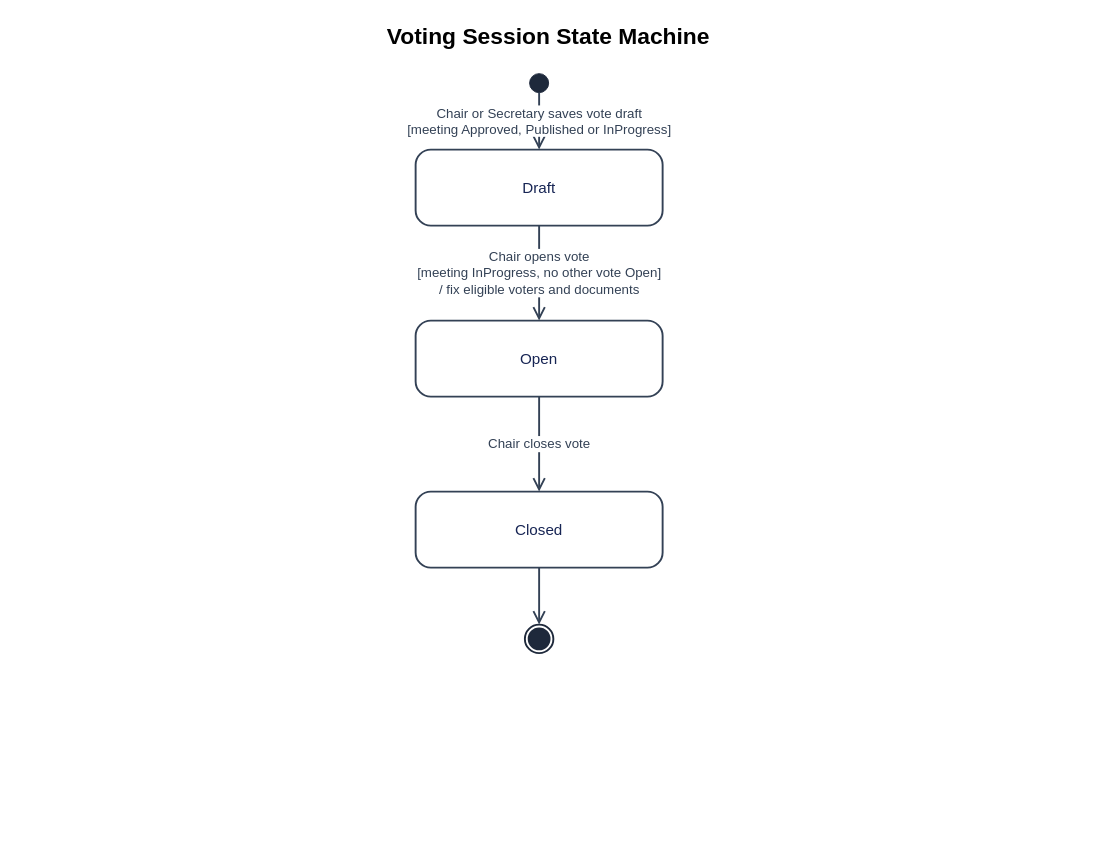
Above: docs/10-statemachine/SM-08_Voting.drawio in callmehai/FU-FA26-G116 (draw.io), before the change. Source tidied: cells renumbered, new cells numbered last; positions are measured from the earlier drawing's top-left corner, leaving out a move shared by most shapes. Both pictures are drawn from the tidied source at 95%, with x=0, y=0 at pixel (16, 16).
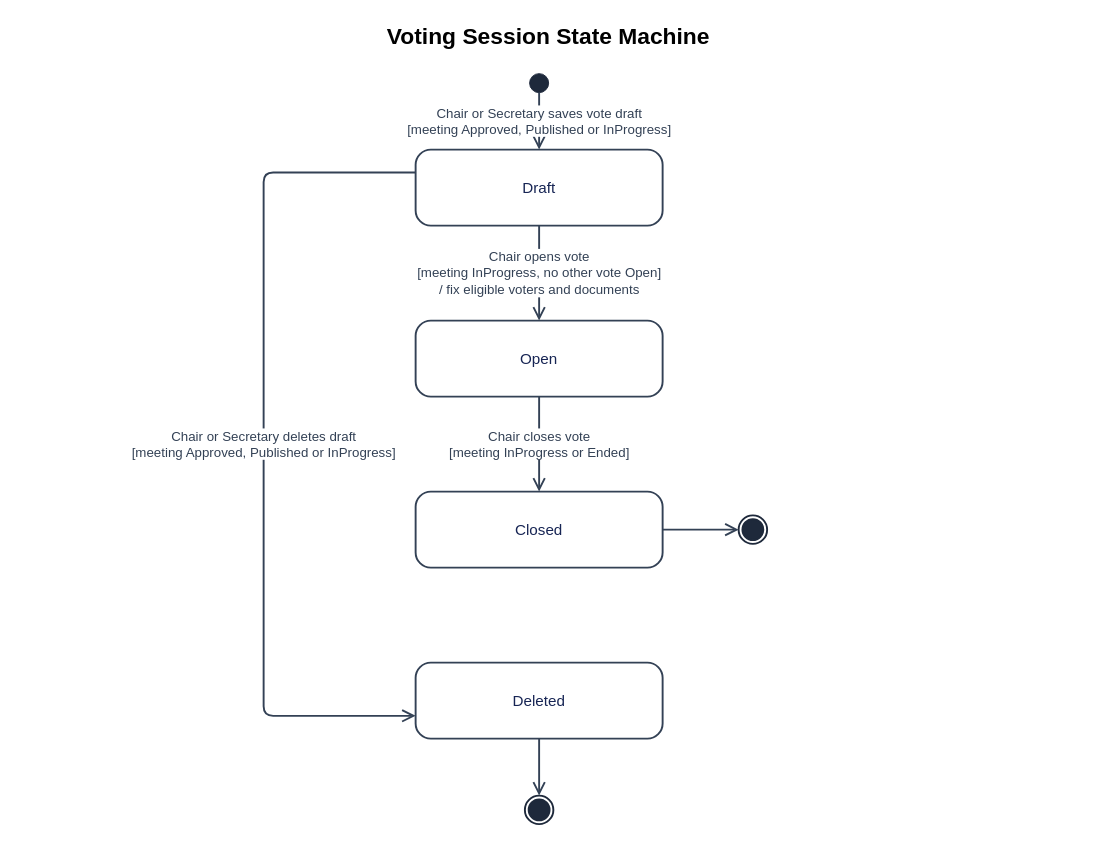
The same page after the edit.

Commit message (it also covers changes not shown here):
[Docs]: FE-11 — contract API, ERD xác nhận đọc, SM-08 xóa nháp và note bàn giao BE

The edit, as a diff of the source:
```diff
@@
 <mxGraphModel background="#ffffff">
   <root>
     <mxCell id="0" />
     <mxCell id="1" parent="0" />
     <mxCell id="2" value="Voting Session State Machine" style="html=1;whiteSpace=wrap;fontFamily=Arial;fontSize=16;text;align=center;fontStyle=1;fontSize=24;" parent="1" vertex="1">
       <mxGeometry width="1120" height="50" as="geometry" />
     </mxCell>
     <mxCell id="3" style="html=1;whiteSpace=wrap;fontFamily=Arial;fontSize=16;ellipse;fillColor=#1e293b;strokeColor=#1e293b;" parent="1" vertex="1">
       <mxGeometry x="540" y="60" width="20" height="20" as="geometry" />
     </mxCell>
     <mxCell id="4" value="Draft" style="html=1;whiteSpace=wrap;fontFamily=Arial;fontSize=16;rounded=1;arcSize=20;fillColor=#ffffff;strokeColor=#334155;fontColor=#172554;strokeWidth=2;" parent="1" vertex="1">
       <mxGeometry x="420" y="140" width="260" height="80" as="geometry" />
     </mxCell>
     <mxCell id="5" value="Open" style="html=1;whiteSpace=wrap;fontFamily=Arial;fontSize=16;rounded=1;arcSize=20;fillColor=#ffffff;strokeColor=#334155;fontColor=#172554;strokeWidth=2;" parent="1" vertex="1">
       <mxGeometry x="420" y="320" width="260" height="80" as="geometry" />
     </mxCell>
     <mxCell id="6" value="Closed" style="html=1;whiteSpace=wrap;fontFamily=Arial;fontSize=16;rounded=1;arcSize=20;fillColor=#ffffff;strokeColor=#334155;fontColor=#172554;strokeWidth=2;" parent="1" vertex="1">
       <mxGeometry x="420" y="500" width="260" height="80" as="geometry" />
     </mxCell>
+    <mxCell id="12" value="Deleted" style="html=1;whiteSpace=wrap;fontFamily=Arial;fontSize=16;rounded=1;arcSize=20;fillColor=#ffffff;strokeColor=#334155;fontColor=#172554;strokeWidth=2;" parent="1" vertex="1">
+      <mxGeometry x="420" y="680" width="260" height="80" as="geometry" />
+    </mxCell>
     <mxCell id="7" value="Chair or Secretary saves vote draft&#10;[meeting Approved, Published or InProgress]" style="edgeStyle=orthogonalEdgeStyle;rounded=1;jettySize=auto;html=1;endArrow=open;endSize=10;strokeWidth=2;strokeColor=#334155;fontColor=#334155;fontFamily=Arial;fontSize=14;labelBackgroundColor=#ffffff;exitX=0.5;exitY=1;entryX=0.5;entryY=0;" parent="1" edge="1" source="3" target="4">
       <mxGeometry relative="1" as="geometry" />
     </mxCell>
     <mxCell id="8" value="Chair opens vote&#10;[meeting InProgress, no other vote Open]&#10;/ fix eligible voters and documents" style="edgeStyle=orthogonalEdgeStyle;rounded=1;jettySize=auto;html=1;endArrow=open;endSize=10;strokeWidth=2;strokeColor=#334155;fontColor=#334155;fontFamily=Arial;fontSize=14;labelBackgroundColor=#ffffff;exitX=0.5;exitY=1;entryX=0.5;entryY=0;" parent="1" edge="1" source="4" target="5">
       <mxGeometry relative="1" as="geometry" />
     </mxCell>
-    <mxCell id="9" value="Chair closes vote" style="edgeStyle=orthogonalEdgeStyle;rounded=1;jettySize=auto;html=1;endArrow=open;endSize=10;strokeWidth=2;strokeColor=#334155;fontColor=#334155;fontFamily=Arial;fontSize=14;labelBackgroundColor=#ffffff;exitX=0.5;exitY=1;entryX=0.5;entryY=0;" parent="1" edge="1" source="5" target="6">
-      <mxGeometry relative="1" as="geometry" />
+    <mxCell id="9" value="Chair or Secretary deletes draft&#10;[meeting Approved, Published or InProgress]" style="edgeStyle=orthogonalEdgeStyle;rounded=1;jettySize=auto;html=1;endArrow=open;endSize=10;strokeWidth=2;strokeColor=#334155;fontColor=#334155;fontFamily=Arial;fontSize=14;labelBackgroundColor=#ffffff;exitX=0;exitY=0.3;entryX=0;entryY=0.7;" parent="1" edge="1" source="4" target="12">
+      <mxGeometry relative="1" as="geometry">
+        <Array as="points">
+          <mxPoint x="260" y="164" />
+          <mxPoint x="260" y="736" />
+        </Array>
+      </mxGeometry>
     </mxCell>
+    <mxCell id="13" value="Chair closes vote&#10;[meeting InProgress or Ended]" style="edgeStyle=orthogonalEdgeStyle;rounded=1;jettySize=auto;html=1;endArrow=open;endSize=10;strokeWidth=2;strokeColor=#334155;fontColor=#334155;fontFamily=Arial;fontSize=14;labelBackgroundColor=#ffffff;exitX=0.5;exitY=1;entryX=0.5;entryY=0;" parent="1" edge="1" source="5" target="6">
+      <mxGeometry relative="1" as="geometry" />
+    </mxCell>
     <mxCell id="10" style="ellipse;html=1;shape=endState;fillColor=#1e293b;strokeColor=#1e293b;strokeWidth=2;" parent="1" vertex="1">
-      <mxGeometry x="535" y="640" width="30" height="30" as="geometry" />
+      <mxGeometry x="760" y="525" width="30" height="30" as="geometry" />
     </mxCell>
-    <mxCell id="11" style="edgeStyle=orthogonalEdgeStyle;rounded=1;jettySize=auto;html=1;endArrow=open;endSize=10;strokeWidth=2;strokeColor=#334155;exitX=0.5;exitY=1;entryX=0.5;entryY=0;" parent="1" edge="1" source="6" target="10">
+    <mxCell id="11" style="edgeStyle=orthogonalEdgeStyle;rounded=1;jettySize=auto;html=1;endArrow=open;endSize=10;strokeWidth=2;strokeColor=#334155;exitX=1;exitY=0.5;entryX=0;entryY=0.5;" parent="1" edge="1" source="6" target="10">
       <mxGeometry relative="1" as="geometry" />
     </mxCell>
+    <mxCell id="14" style="ellipse;html=1;shape=endState;fillColor=#1e293b;strokeColor=#1e293b;strokeWidth=2;" parent="1" vertex="1">
+      <mxGeometry x="535" y="820" width="30" height="30" as="geometry" />
+    </mxCell>
+    <mxCell id="15" style="edgeStyle=orthogonalEdgeStyle;rounded=1;jettySize=auto;html=1;endArrow=open;endSize=10;strokeWidth=2;strokeColor=#334155;exitX=0.5;exitY=1;entryX=0.5;entryY=0;" parent="1" edge="1" source="12" target="14">
+      <mxGeometry relative="1" as="geometry" />
+    </mxCell>
   </root>
 </mxGraphModel>
```
